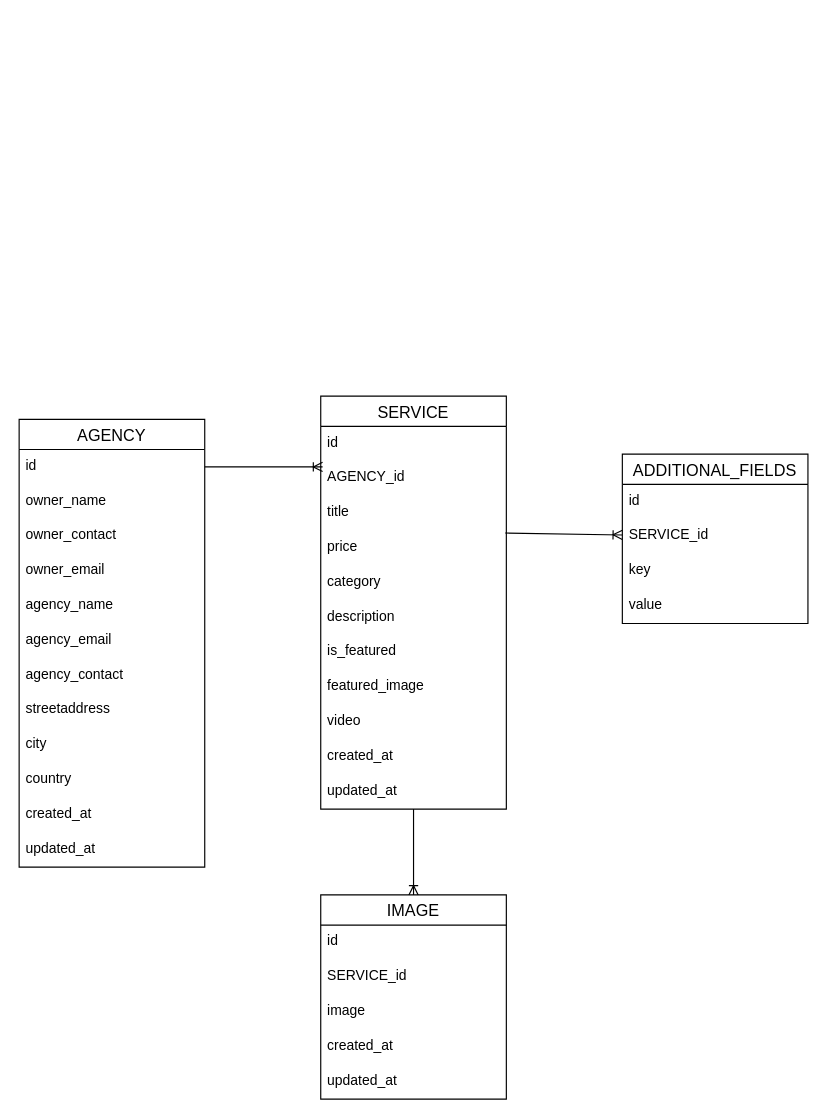
This is Database/VogueChainDatabase.drawio from FahadZaheerfzr/WebDev, a draw.io file, before an edit. Source tidied: cells renumbered, new cells numbered last; positions are measured from the earlier drawing's top-left corner, leaving out a move shared by most shapes. Both pictures are drawn from the tidied source at 116%, with x=0, y=0 at pixel (19, 396).
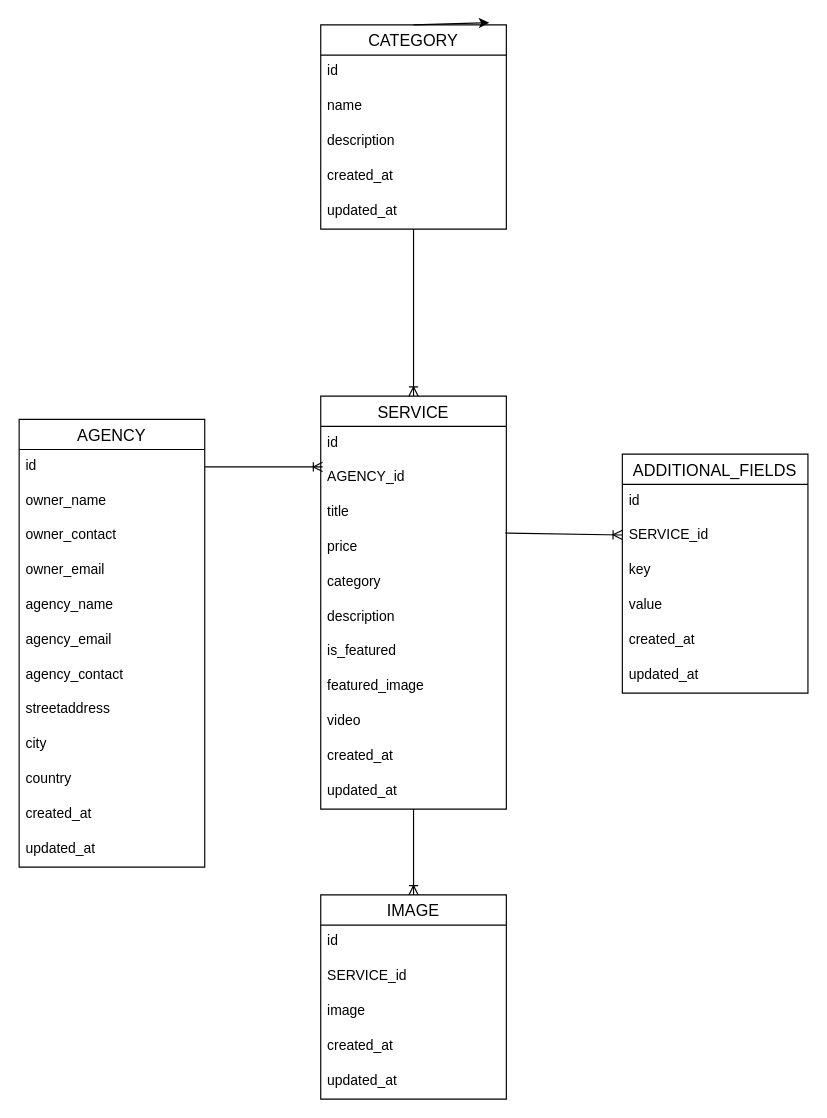
The same page after the edit.

Unchanged cells that the change refers to:
```xml
<mxCell id="16" value="SERVICE" style="swimlane;fontStyle=0;horizontal=1;startSize=26;align=center;fontSize=14;" parent="1" vertex="1">
  <mxGeometry x="260" width="160" height="356" as="geometry" />
</mxCell>
```

Diff of the diagram source:
```diff
@@
     <mxCell id="35" value="ADDITIONAL_FIELDS" style="swimlane;fontStyle=0;horizontal=1;startSize=26;align=center;fontSize=14;" parent="1" vertex="1">
-      <mxGeometry x="520" y="50" width="160" height="146" as="geometry" />
+      <mxGeometry x="520" y="50" width="160" height="206" as="geometry" />
     </mxCell>
@@
+    <mxCell id="41" value="created_at" style="text;strokeColor=none;fillColor=none;spacingLeft=4;spacingRight=4;overflow=hidden;fontSize=12;" parent="35" vertex="1">
+      <mxGeometry y="146" width="160" height="30" as="geometry" />
+    </mxCell>
+    <mxCell id="42" value="updated_at" style="text;strokeColor=none;fillColor=none;spacingLeft=4;spacingRight=4;overflow=hidden;fontSize=12;" parent="35" vertex="1">
+      <mxGeometry y="176" width="160" height="30" as="geometry" />
+    </mxCell>
@@
+    <mxCell id="43" value="CATEGORY" style="swimlane;fontStyle=0;horizontal=1;startSize=26;align=center;fontSize=14;" parent="1" vertex="1">
+      <mxGeometry x="260" y="-320" width="160" height="176" as="geometry" />
+    </mxCell>
+    <mxCell id="44" value="id" style="text;strokeColor=none;fillColor=none;spacingLeft=4;spacingRight=4;overflow=hidden;fontSize=12;" parent="43" vertex="1">
+      <mxGeometry y="26" width="160" height="30" as="geometry" />
+    </mxCell>
+    <mxCell id="45" value="name" style="text;strokeColor=none;fillColor=none;spacingLeft=4;spacingRight=4;overflow=hidden;fontSize=12;" parent="43" vertex="1">
+      <mxGeometry y="56" width="160" height="30" as="geometry" />
+    </mxCell>
+    <mxCell id="46" value="description" style="text;strokeColor=none;fillColor=none;spacingLeft=4;spacingRight=4;overflow=hidden;fontSize=12;" parent="43" vertex="1">
+      <mxGeometry y="86" width="160" height="30" as="geometry" />
+    </mxCell>
+    <mxCell id="47" value="created_at" style="text;strokeColor=none;fillColor=none;spacingLeft=4;spacingRight=4;overflow=hidden;fontSize=12;" parent="43" vertex="1">
+      <mxGeometry y="116" width="160" height="30" as="geometry" />
+    </mxCell>
+    <mxCell id="48" value="updated_at" style="text;strokeColor=none;fillColor=none;spacingLeft=4;spacingRight=4;overflow=hidden;points=[[0,0.5],[1,0.5]];portConstraint=eastwest;fontSize=12;" parent="43" vertex="1">
+      <mxGeometry y="146" width="160" height="30" as="geometry" />
+    </mxCell>
+    <mxCell id="49" style="fontSize=12;html=1;endArrow=ERoneToMany;entryX=0.5;entryY=0;entryDx=0;entryDy=0;rounded=0;" parent="1" edge="1" source="48" target="16">
+      <mxGeometry relative="1" as="geometry" />
+    </mxCell>
+    <mxCell id="50" style="edgeStyle=none;rounded=0;orthogonalLoop=1;jettySize=auto;html=1;exitX=0.5;exitY=0;exitDx=0;exitDy=0;entryX=0.908;entryY=-0.011;entryDx=0;entryDy=0;entryPerimeter=0;" parent="1" edge="1" source="43" target="43">
+      <mxGeometry relative="1" as="geometry" />
+    </mxCell>
```
